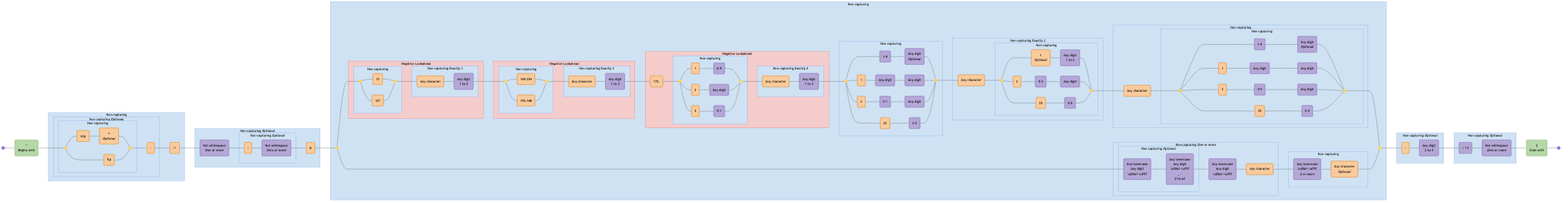
Earlier version of the Mermaid export diagrams/url-rfc3987.mermaid-diagram.png (tayles/regex-to-mermaid). Its source is kept beside it as diagrams/url-rfc3987.mermaid.
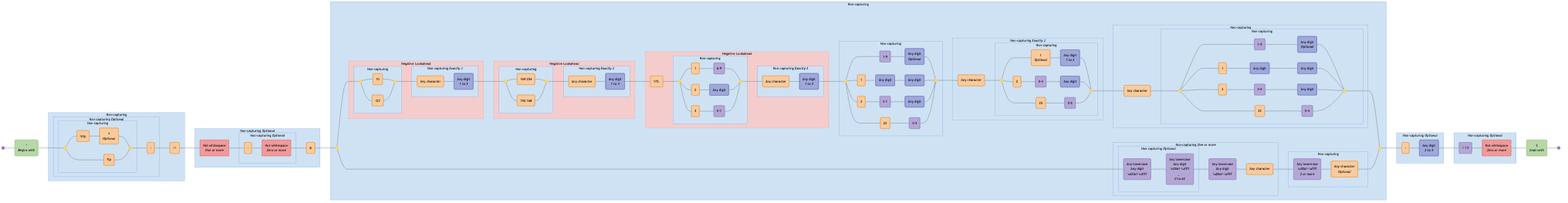
The same diagram one commit later.

Change to the diagram source:
```diff
@@ -12,9 +12,9 @@
   literal_3("ftp"):::literal;
   literal_4(":"):::literal;
   literal_5("\/\/"):::literal;
-  char_class_1("Not whitespace<br><i>One or more</i>"):::char-class;
+  char_set_1("Not whitespace<br><i>One or more</i>"):::negated-char-set;
   literal_6(":"):::literal;
-  char_class_2("Not whitespace<br><i>Zero or more</i>"):::char-class;
+  char_set_2("Not whitespace<br><i>Zero or more</i>"):::negated-char-set;
   literal_7("@"):::literal;
   disjunction_begin_2:::disjunction@{ shape: f-circ };
   disjunction_end_2:::disjunction@{ shape: f-circ };
@@ -23,69 +23,69 @@
   literal_8("10"):::literal;
   literal_9("127"):::literal;
   literal_10("Any character"):::literal;
-  char_class_3("Any digit<br><i>1 to 3</i>"):::char-class;
+  char_set_3("Any digit<br><i>1 to 3</i>"):::char-set;
   disjunction_begin_4:::disjunction@{ shape: f-circ };
   disjunction_end_4:::disjunction@{ shape: f-circ };
   literal_11("169\.254"):::literal;
   literal_12("192\.168"):::literal;
   literal_13("Any character"):::literal;
-  char_class_4("Any digit<br><i>1 to 3</i>"):::char-class;
+  char_set_4("Any digit<br><i>1 to 3</i>"):::char-set;
   literal_14("172\."):::literal;
   disjunction_begin_5:::disjunction@{ shape: f-circ };
   disjunction_end_5:::disjunction@{ shape: f-circ };
   literal_15("1"):::literal;
-  char_class_5("6-9"):::char-class;
+  char_class_1("6-9"):::char-class;
   literal_16("2"):::literal;
-  char_class_6("Any digit"):::char-class;
+  char_set_5("Any digit"):::char-set;
   literal_17("3"):::literal;
-  char_class_7("0-1"):::char-class;
+  char_class_2("0-1"):::char-class;
   literal_18("Any character"):::literal;
-  char_class_8("Any digit<br><i>1 to 3</i>"):::char-class;
+  char_set_6("Any digit<br><i>1 to 3</i>"):::char-set;
   disjunction_begin_6:::disjunction@{ shape: f-circ };
   disjunction_end_6:::disjunction@{ shape: f-circ };
-  char_class_9("1-9"):::char-class;
-  char_class_10("Any digit<br><i>Optional</i>"):::char-class;
+  char_class_3("1-9"):::char-class;
+  char_set_7("Any digit<br><i>Optional</i>"):::char-set;
   literal_19("1"):::literal;
-  char_class_11("Any digit"):::char-class;
-  char_class_12("Any digit"):::char-class;
+  char_set_8("Any digit"):::char-set;
+  char_set_9("Any digit"):::char-set;
   literal_20("2"):::literal;
-  char_class_13("0 1"):::char-class;
-  char_class_14("Any digit"):::char-class;
+  char_class_4("0 1"):::char-class;
+  char_set_10("Any digit"):::char-set;
   literal_21("22"):::literal;
-  char_class_15("0-3"):::char-class;
+  char_class_5("0-3"):::char-class;
   literal_22("Any character"):::literal;
   disjunction_begin_7:::disjunction@{ shape: f-circ };
   disjunction_end_7:::disjunction@{ shape: f-circ };
   literal_23("1<br><i>Optional</i>"):::literal;
-  char_class_16("Any digit<br><i>1 to 2</i>"):::char-class;
+  char_set_11("Any digit<br><i>1 to 2</i>"):::char-set;
   literal_24("2"):::literal;
-  char_class_17("0-4"):::char-class;
-  char_class_18("Any digit"):::char-class;
+  char_class_6("0-4"):::char-class;
+  char_set_12("Any digit"):::char-set;
   literal_25("25"):::literal;
-  char_class_19("0-5"):::char-class;
+  char_class_7("0-5"):::char-class;
   literal_26("Any character"):::literal;
   disjunction_begin_8:::disjunction@{ shape: f-circ };
   disjunction_end_8:::disjunction@{ shape: f-circ };
-  char_class_20("1-9"):::char-class;
-  char_class_21("Any digit<br><i>Optional</i>"):::char-class;
+  char_class_8("1-9"):::char-class;
+  char_set_13("Any digit<br><i>Optional</i>"):::char-set;
   literal_27("1"):::literal;
-  char_class_22("Any digit"):::char-class;
-  char_class_23("Any digit"):::char-class;
+  char_set_14("Any digit"):::char-set;
+  char_set_15("Any digit"):::char-set;
   literal_28("2"):::literal;
-  char_class_24("0-4"):::char-class;
-  char_class_25("Any digit"):::char-class;
+  char_class_9("0-4"):::char-class;
+  char_set_16("Any digit"):::char-set;
   literal_29("25"):::literal;
-  char_class_26("0-4"):::char-class;
-  char_class_27("Any lowercase<br>Any digit<br>\u00a1-\uffff"):::char-class;
-  char_class_28("Any lowercase<br>Any digit<br>\u00a1-\uffff<br>_ -<br><i>0 to 62</i>"):::char-class;
-  char_class_29("Any lowercase<br>Any digit<br>\u00a1-\uffff"):::char-class;
+  char_class_10("0-4"):::char-class;
+  char_class_11("Any lowercase<br>Any digit<br>\u00a1-\uffff"):::char-class;
+  char_class_12("Any lowercase<br>Any digit<br>\u00a1-\uffff<br>_ -<br><i>0 to 62</i>"):::char-class;
+  char_class_13("Any lowercase<br>Any digit<br>\u00a1-\uffff"):::char-class;
   literal_30("Any character"):::literal;
-  char_class_30("Any lowercase<br>\u00a1-\uffff<br><i>2 or more</i>"):::char-class;
+  char_class_14("Any lowercase<br>\u00a1-\uffff<br><i>2 or more</i>"):::char-class;
   literal_31("Any character<br><i>Optional</i>"):::literal;
   literal_32(":"):::literal;
-  char_class_31("Any digit<br><i>2 to 5</i>"):::char-class;
-  char_class_32("/ ? #"):::char-class;
-  char_class_33("Not whitespace<br><i>Zero or more</i>"):::char-class;
+  char_set_17("Any digit<br><i>2 to 5</i>"):::char-set;
+  char_class_15("/ ? #"):::char-class;
+  char_set_18("Not whitespace<br><i>Zero or more</i>"):::negated-char-set;
   assertion_2("$<br><i>Ends with</i>"):::assertion;
 
   subgraph non_capturing_3 ["Non-capturing"]
@@ -109,12 +109,12 @@
 
   subgraph non_capturing_5 ["Non-capturing <i>Optional</i>"]
     literal_6
-    char_class_2
+    char_set_2
   end
 
   subgraph non_capturing_4 ["Non-capturing <i>Optional</i>"]
     non_capturing_5
-    char_class_1
+    char_set_1
     literal_7
   end
 
@@ -127,7 +127,7 @@
 
   subgraph non_capturing_8 ["Non-capturing <i>Exactly 3</i>"]
     literal_10
-    char_class_3
+    char_set_3
   end
 
   subgraph negative_lookahead_1 ["Negative Lookahead"]
@@ -144,7 +144,7 @@
 
   subgraph non_capturing_10 ["Non-capturing <i>Exactly 2</i>"]
     literal_13
-    char_class_4
+    char_set_4
   end
 
   subgraph negative_lookahead_2 ["Negative Lookahead"]
@@ -156,16 +156,16 @@
     disjunction_begin_5
     disjunction_end_5
     literal_15
-    char_class_5
+    char_class_1
     literal_16
-    char_class_6
+    char_set_5
     literal_17
-    char_class_7
+    char_class_2
   end
 
   subgraph non_capturing_12 ["Non-capturing <i>Exactly 2</i>"]
     literal_18
-    char_class_8
+    char_set_6
   end
 
   subgraph negative_lookahead_3 ["Negative Lookahead"]
@@ -177,28 +177,28 @@
   subgraph non_capturing_13 ["Non-capturing"]
     disjunction_begin_6
     disjunction_end_6
-    char_class_9
-    char_class_10
+    char_class_3
+    char_set_7
     literal_19
-    char_class_11
-    char_class_12
+    char_set_8
+    char_set_9
     literal_20
-    char_class_13
-    char_class_14
+    char_class_4
+    char_set_10
     literal_21
-    char_class_15
+    char_class_5
   end
 
   subgraph non_capturing_15 ["Non-capturing"]
     disjunction_begin_7
     disjunction_end_7
     literal_23
-    char_class_16
+    char_set_11
     literal_24
-    char_class_17
-    char_class_18
+    char_class_6
+    char_set_12
     literal_25
-    char_class_19
+    char_class_7
   end
 
   subgraph non_capturing_14 ["Non-capturing <i>Exactly 2</i>"]
@@ -209,16 +209,16 @@
   subgraph non_capturing_17 ["Non-capturing"]
     disjunction_begin_8
     disjunction_end_8
-    char_class_20
-    char_class_21
+    char_class_8
+    char_set_13
     literal_27
-    char_class_22
-    char_class_23
+    char_set_14
+    char_set_15
     literal_28
-    char_class_24
-    char_class_25
+    char_class_9
+    char_set_16
     literal_29
-    char_class_26
+    char_class_10
   end
 
   subgraph non_capturing_16 ["Non-capturing"]
@@ -227,18 +227,18 @@
   end
 
   subgraph non_capturing_19 ["Non-capturing <i>Optional</i>"]
-    char_class_27
-    char_class_28
+    char_class_11
+    char_class_12
   end
 
   subgraph non_capturing_18 ["Non-capturing <i>One or more</i>"]
     non_capturing_19
-    char_class_29
+    char_class_13
     literal_30
   end
 
   subgraph non_capturing_20 ["Non-capturing"]
-    char_class_30
+    char_class_14
     literal_31
   end
 
@@ -266,12 +266,12 @@
 
   subgraph non_capturing_21 ["Non-capturing <i>Optional</i>"]
     literal_32
-    char_class_31
+    char_set_17
   end
 
   subgraph non_capturing_22 ["Non-capturing <i>Optional</i>"]
-    char_class_32
-    char_class_33
+    char_class_15
+    char_set_18
   end
 
   start --- assertion_1;
@@ -283,10 +283,10 @@
   literal_3 --- disjunction_end_1;
   disjunction_end_1 --- literal_4;
   literal_4 --- literal_5;
-  literal_5 --- char_class_1;
-  char_class_1 --- literal_6;
-  literal_6 --- char_class_2;
-  char_class_2 --- literal_7;
+  literal_5 --- char_set_1;
+  char_set_1 --- literal_6;
+  literal_6 --- char_set_2;
+  char_set_2 --- literal_7;
   literal_7 --- disjunction_begin_2;
   disjunction_begin_2 --- disjunction_begin_3;
   disjunction_begin_3 --- literal_8;
@@ -294,92 +294,94 @@
   disjunction_begin_3 --- literal_9;
   literal_9 --- disjunction_end_3;
   disjunction_end_3 --- literal_10;
-  literal_10 --- char_class_3;
-  char_class_3 --- disjunction_begin_4;
+  literal_10 --- char_set_3;
+  char_set_3 --- disjunction_begin_4;
   disjunction_begin_4 --- literal_11;
   literal_11 --- disjunction_end_4;
   disjunction_begin_4 --- literal_12;
   literal_12 --- disjunction_end_4;
   disjunction_end_4 --- literal_13;
-  literal_13 --- char_class_4;
-  char_class_4 --- literal_14;
+  literal_13 --- char_set_4;
+  char_set_4 --- literal_14;
   literal_14 --- disjunction_begin_5;
   disjunction_begin_5 --- literal_15;
-  literal_15 --- char_class_5;
-  char_class_5 --- disjunction_end_5;
+  literal_15 --- char_class_1;
+  char_class_1 --- disjunction_end_5;
   disjunction_begin_5 --- literal_16;
-  literal_16 --- char_class_6;
-  char_class_6 --- disjunction_end_5;
+  literal_16 --- char_set_5;
+  char_set_5 --- disjunction_end_5;
   disjunction_begin_5 --- literal_17;
-  literal_17 --- char_class_7;
-  char_class_7 --- disjunction_end_5;
+  literal_17 --- char_class_2;
+  char_class_2 --- disjunction_end_5;
   disjunction_end_5 --- literal_18;
-  literal_18 --- char_class_8;
-  char_class_8 --- disjunction_begin_6;
-  disjunction_begin_6 --- char_class_9;
-  char_class_9 --- char_class_10;
-  char_class_10 --- disjunction_end_6;
+  literal_18 --- char_set_6;
+  char_set_6 --- disjunction_begin_6;
+  disjunction_begin_6 --- char_class_3;
+  char_class_3 --- char_set_7;
+  char_set_7 --- disjunction_end_6;
   disjunction_begin_6 --- literal_19;
-  literal_19 --- char_class_11;
-  char_class_11 --- char_class_12;
-  char_class_12 --- disjunction_end_6;
+  literal_19 --- char_set_8;
+  char_set_8 --- char_set_9;
+  char_set_9 --- disjunction_end_6;
   disjunction_begin_6 --- literal_20;
-  literal_20 --- char_class_13;
-  char_class_13 --- char_class_14;
-  char_class_14 --- disjunction_end_6;
+  literal_20 --- char_class_4;
+  char_class_4 --- char_set_10;
+  char_set_10 --- disjunction_end_6;
   disjunction_begin_6 --- literal_21;
-  literal_21 --- char_class_15;
-  char_class_15 --- disjunction_end_6;
+  literal_21 --- char_class_5;
+  char_class_5 --- disjunction_end_6;
   disjunction_end_6 --- literal_22;
   literal_22 --- disjunction_begin_7;
   disjunction_begin_7 --- literal_23;
-  literal_23 --- char_class_16;
-  char_class_16 --- disjunction_end_7;
+  literal_23 --- char_set_11;
+  char_set_11 --- disjunction_end_7;
   disjunction_begin_7 --- literal_24;
-  literal_24 --- char_class_17;
-  char_class_17 --- char_class_18;
-  char_class_18 --- disjunction_end_7;
+  literal_24 --- char_class_6;
+  char_class_6 --- char_set_12;
+  char_set_12 --- disjunction_end_7;
   disjunction_begin_7 --- literal_25;
-  literal_25 --- char_class_19;
-  char_class_19 --- disjunction_end_7;
+  literal_25 --- char_class_7;
+  char_class_7 --- disjunction_end_7;
   disjunction_end_7 --- literal_26;
   literal_26 --- disjunction_begin_8;
-  disjunction_begin_8 --- char_class_20;
-  char_class_20 --- char_class_21;
-  char_class_21 --- disjunction_end_8;
+  disjunction_begin_8 --- char_class_8;
+  char_class_8 --- char_set_13;
+  char_set_13 --- disjunction_end_8;
   disjunction_begin_8 --- literal_27;
-  literal_27 --- char_class_22;
-  char_class_22 --- char_class_23;
-  char_class_23 --- disjunction_end_8;
+  literal_27 --- char_set_14;
+  char_set_14 --- char_set_15;
+  char_set_15 --- disjunction_end_8;
   disjunction_begin_8 --- literal_28;
-  literal_28 --- char_class_24;
-  char_class_24 --- char_class_25;
-  char_class_25 --- disjunction_end_8;
+  literal_28 --- char_class_9;
+  char_class_9 --- char_set_16;
+  char_set_16 --- disjunction_end_8;
   disjunction_begin_8 --- literal_29;
-  literal_29 --- char_class_26;
-  char_class_26 --- disjunction_end_8;
+  literal_29 --- char_class_10;
+  char_class_10 --- disjunction_end_8;
   disjunction_end_8 --- disjunction_end_2;
-  disjunction_begin_2 --- char_class_27;
-  char_class_27 --- char_class_28;
-  char_class_28 --- char_class_29;
-  char_class_29 --- literal_30;
-  literal_30 --- char_class_30;
-  char_class_30 --- literal_31;
+  disjunction_begin_2 --- char_class_11;
+  char_class_11 --- char_class_12;
+  char_class_12 --- char_class_13;
+  char_class_13 --- literal_30;
+  literal_30 --- char_class_14;
+  char_class_14 --- literal_31;
   literal_31 --- disjunction_end_2;
   disjunction_end_2 --- literal_32;
-  literal_32 --- char_class_31;
-  char_class_31 --- char_class_32;
-  char_class_32 --- char_class_33;
-  char_class_33 --- assertion_2;
+  literal_32 --- char_set_17;
+  char_set_17 --- char_class_15;
+  char_class_15 --- char_set_18;
+  char_set_18 --- assertion_2;
   assertion_2 --- fin;
 
   classDef assertion fill:#B6D7A8,stroke:#93C47D,color:#000000;
   classDef disjunction fill:#FFD966,stroke:#F1C232,color:#000000;
   classDef literal fill:#F9CB9C,stroke:#E69138,color:#000000;
+  classDef negated-char-set fill:#EF9A9A,stroke:#E53935,color:#000000,stroke-dasharray: 5 5;
+  classDef char-set fill:#9FA8DA,stroke:#5C6BC0,color:#000000;
   classDef char-class fill:#B4A7D6,stroke:#8E7CC3,color:#000000;
 
   classDef non-capturing fill:#CFE2F3,stroke:#6D9EEB,color:#000000;
-  classDef negative-lookahead fill:#F4CCCC,stroke:#E06666,color:#000000;
+  classDef negative-lookahead fill:#F4CCCC,stroke:#E06666,color:#000000,stroke-dasharray: 5 5;
 
   class non_capturing_3,non_capturing_2,non_capturing_1,non_capturing_5,non_capturing_4,non_capturing_7,non_capturing_8,non_capturing_9,non_capturing_10,non_capturing_11,non_capturing_12,non_capturing_13,non_capturing_15,non_capturing_14,non_capturing_17,non_capturing_16,non_capturing_19,non_capturing_18,non_capturing_20,non_capturing_6,non_capturing_21,non_capturing_22 non-capturing;
   class negative_lookahead_1,negative_lookahead_2,negative_lookahead_3 negative-lookahead;
```
